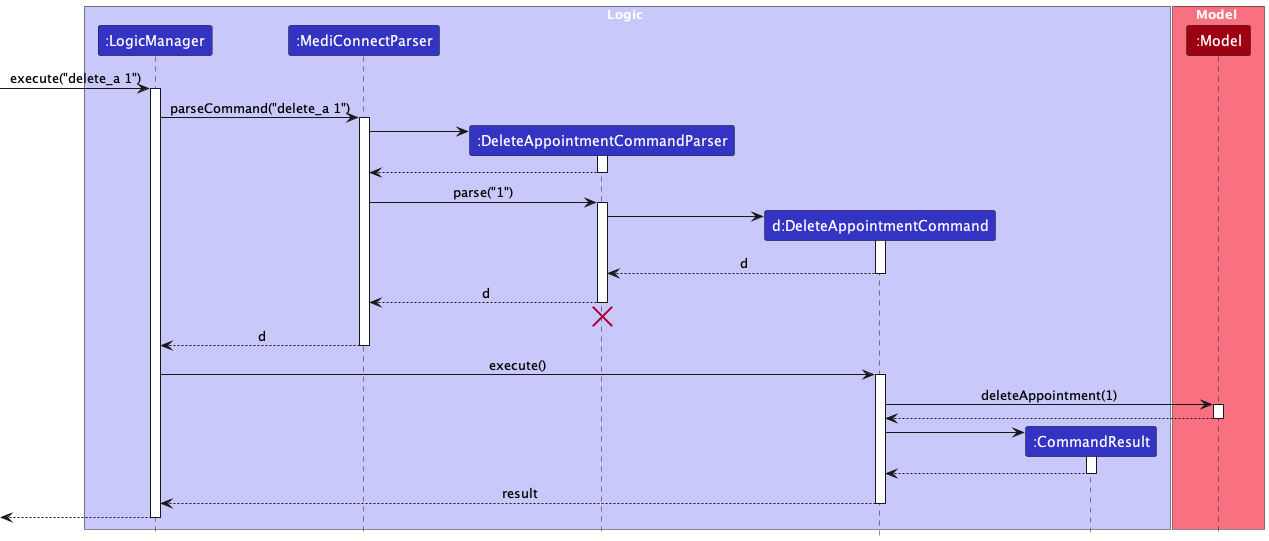
This is docs/images/DeleteAppointmentSequenceDiagram.png from yanghengtang/tp, a PlantUML export, as it was before one commit.
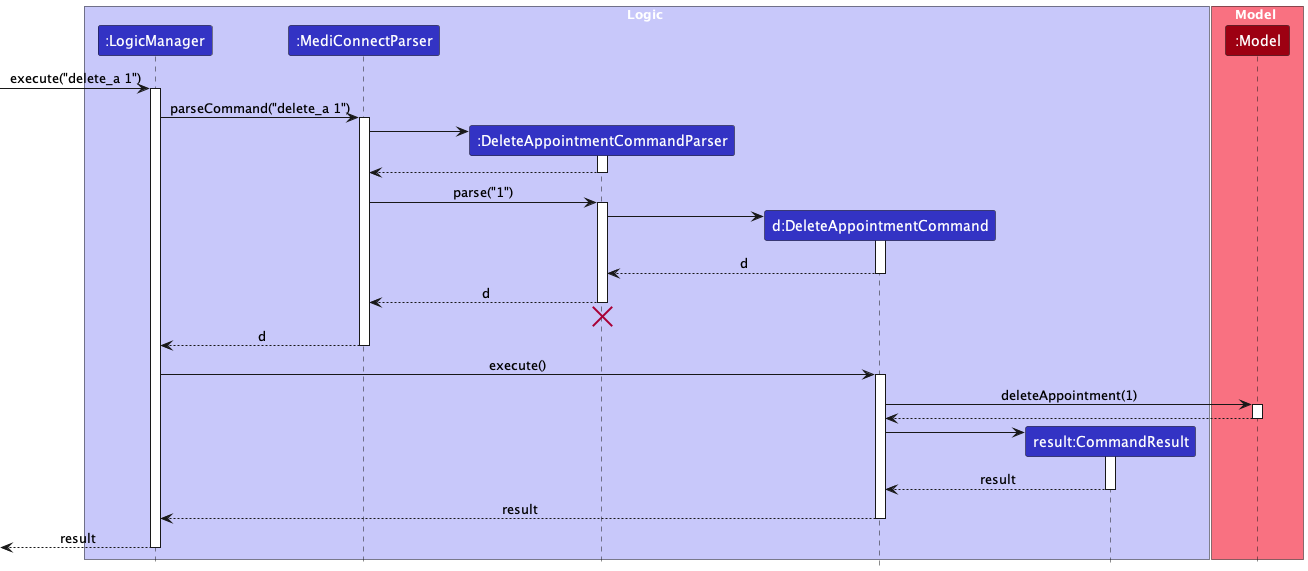
The same file after the commit.

Commit message:
Update Add/delete sequence diagrams in dg

What changed in the source:
```diff
@@ -7,7 +7,7 @@
 participant ":MediConnectParser" as MediConnectParser LOGIC_COLOR
 participant ":DeleteAppointmentCommandParser" as DeleteAppointmentCommandParser LOGIC_COLOR
 participant "d:DeleteAppointmentCommand" as DeleteAppointmentCommand LOGIC_COLOR
-participant ":CommandResult" as CommandResult LOGIC_COLOR
+participant "result:CommandResult" as CommandResult LOGIC_COLOR
 end box
 
 box Model MODEL_COLOR_T1
@@ -58,12 +58,12 @@
 DeleteAppointmentCommand -> CommandResult
 activate CommandResult
 
-CommandResult --> DeleteAppointmentCommand
+CommandResult --> DeleteAppointmentCommand : result
 deactivate CommandResult
 
 DeleteAppointmentCommand --> LogicManager : result
 deactivate DeleteAppointmentCommand
 
-[<--LogicManager
+[<--LogicManager : result
 deactivate LogicManager
 @enduml
```
